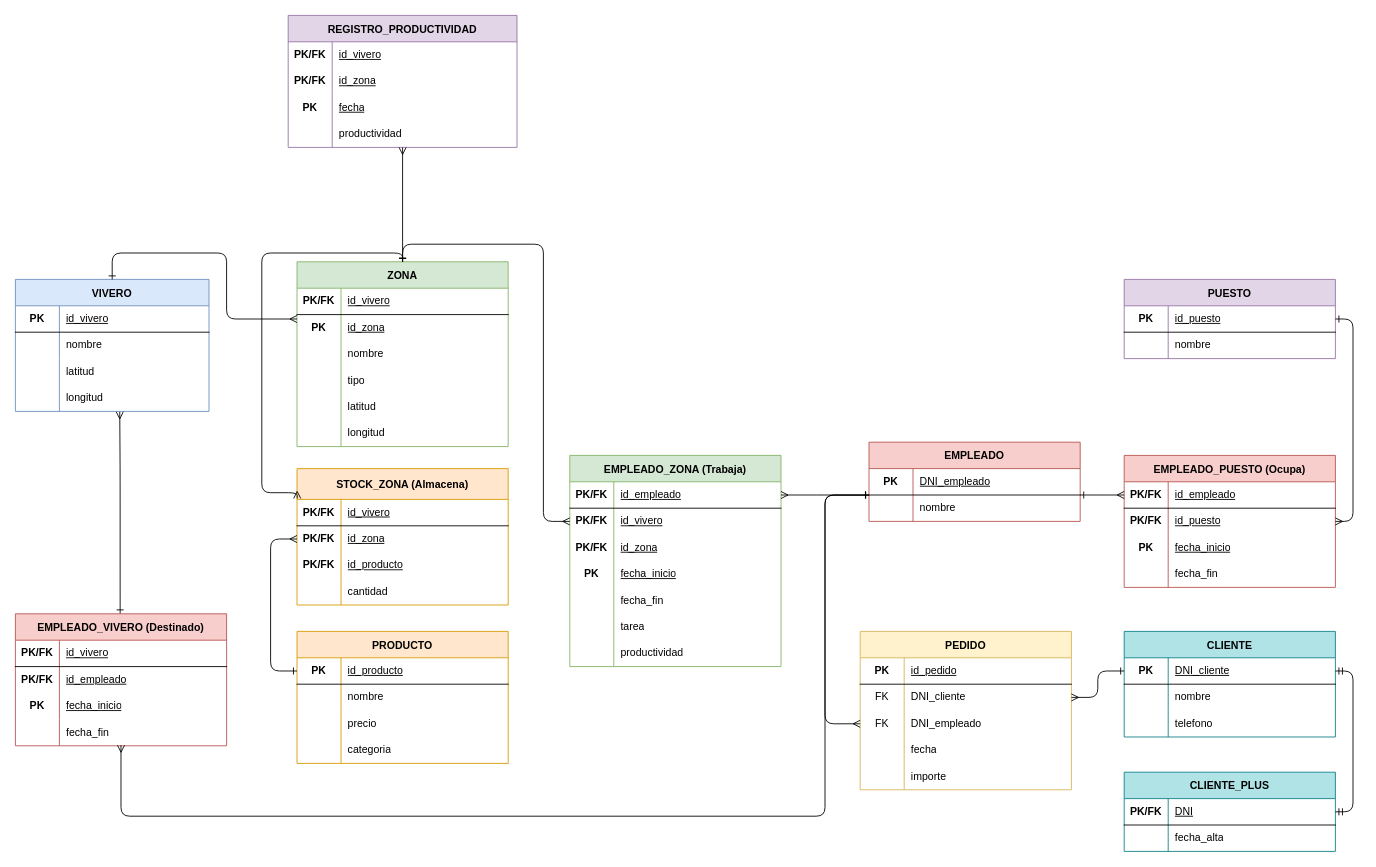
This is Modelo relacional.drawio from alu0101539669/Modelo-relacional.-Viveros, a draw.io file, before an edit. Source tidied: cells renumbered, new cells numbered last; positions are measured from the earlier drawing's top-left corner, leaving out a move shared by most shapes. Both pictures are drawn from the tidied source at 88%, with x=0, y=0 at pixel (15, 15).
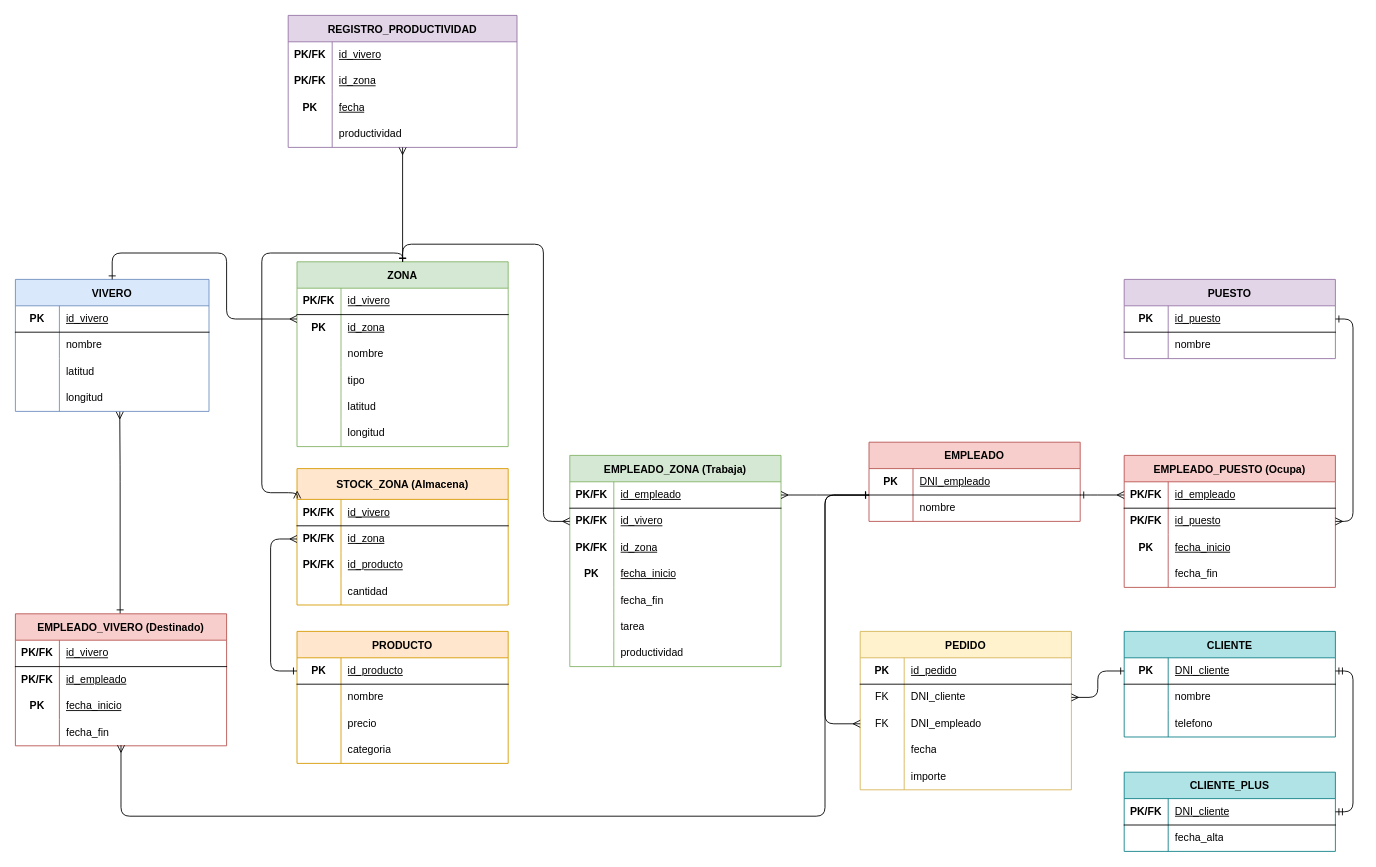
The same diagram, later.

Unchanged cells that the change refers to:
```xml
<mxCell id="141" style="shape=tableRow;horizontal=0;startSize=0;swimlaneHead=0;swimlaneBody=0;fillColor=none;points=[[0,0.5],[1,0.5]];portConstraint=eastwest;top=0;left=0;right=0;bottom=1;" parent="140" vertex="1">
  <mxGeometry y="30" width="240" height="30" as="geometry" />
</mxCell>
```

Change to the diagram source:
```diff
@@
-    <mxCell id="143" value="DNI" style="shape=partialRectangle;fillColor=none;top=0;left=0;bottom=0;right=0;align=left;spacingLeft=6;fontStyle=4;overflow=hidden;whiteSpace=wrap;html=1;" parent="141" vertex="1">
+    <mxCell id="143" value="DNI_cliente" style="shape=partialRectangle;fillColor=none;top=0;left=0;bottom=0;right=0;align=left;spacingLeft=6;fontStyle=4;overflow=hidden;whiteSpace=wrap;html=1;" parent="141" vertex="1">
       <mxGeometry x="50" width="190" height="30" as="geometry" />
     </mxCell>
```
